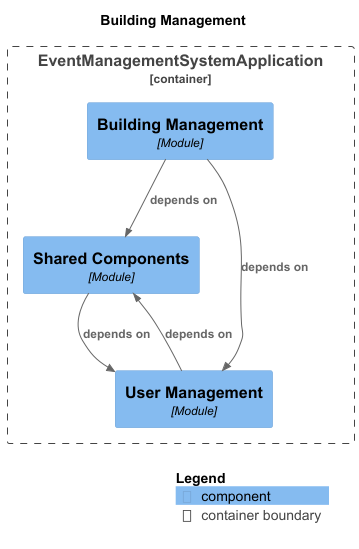
ruben4ick/microservices-event-management keeps this PlantUML diagram as docs/module-building-Building_Management.png. Above is the earlier version.
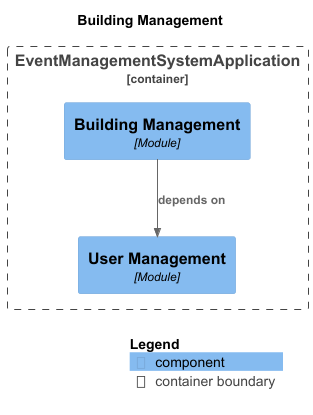
After the change.

What changed in the source:
```diff
@@ -9,14 +9,10 @@
 !include <C4/C4_Component>
 
 Container_Boundary("EventManagementSystemApplication.EventManagementSystemApplication_boundary", "EventManagementSystemApplication", $tags="") {
-  Component(EventManagementSystemApplication.EventManagementSystemApplication.SharedComponents, "Shared Components", $techn="Module", $descr="", $tags="", $link="")
   Component(EventManagementSystemApplication.EventManagementSystemApplication.UserManagement, "User Management", $techn="Module", $descr="", $tags="", $link="")
   Component(EventManagementSystemApplication.EventManagementSystemApplication.BuildingManagement, "Building Management", $techn="Module", $descr="", $tags="", $link="")
 }
 
-Rel(EventManagementSystemApplication.EventManagementSystemApplication.SharedComponents, EventManagementSystemApplication.EventManagementSystemApplication.UserManagement, "depends on", $techn="", $tags="", $link="")
-Rel(EventManagementSystemApplication.EventManagementSystemApplication.UserManagement, EventManagementSystemApplication.EventManagementSystemApplication.SharedComponents, "depends on", $techn="", $tags="", $link="")
-Rel(EventManagementSystemApplication.EventManagementSystemApplication.BuildingManagement, EventManagementSystemApplication.EventManagementSystemApplication.SharedComponents, "depends on", $techn="", $tags="", $link="")
 Rel(EventManagementSystemApplication.EventManagementSystemApplication.BuildingManagement, EventManagementSystemApplication.EventManagementSystemApplication.UserManagement, "depends on", $techn="", $tags="", $link="")
 
 SHOW_LEGEND(true)
```
